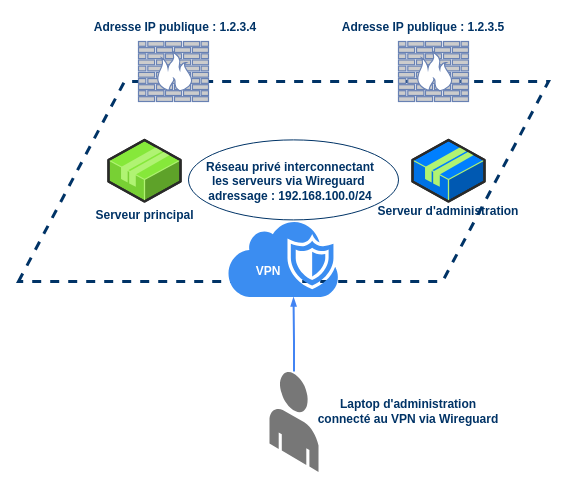
Earlier version of the draw.io diagram wireguard.drawio (cbrocas/articles). Source tidied: cells renumbered, new cells numbered last; positions are measured from the earlier drawing's top-left corner, leaving out a move shared by most shapes. Both pictures are drawn from the tidied source at 100%, with x=0, y=0 at pixel (18, 17).
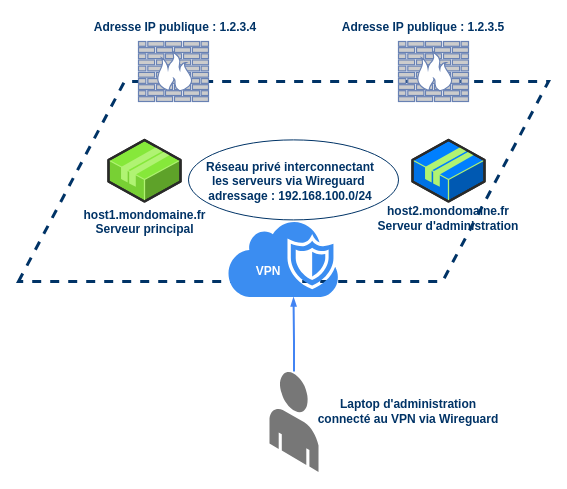
The same diagram, later.

Commit message:
assignation des noms aux machines

Change to the diagram source:
```diff
@@
 <mxGraphModel>
   <root>
     <mxCell id="0" />
     <mxCell id="1" parent="0" />
     <mxCell id="2" style="shape=parallelogram;perimeter=parallelogramPerimeter;whiteSpace=wrap;html=1;shadow=0;strokeWidth=3;dashed=1;strokeColor=#003366;" parent="1" vertex="1">
       <mxGeometry y="64" width="530" height="200" as="geometry" />
     </mxCell>
-    <mxCell id="3" value="&lt;b&gt;&lt;font color=&quot;#003366&quot;&gt;Serveur principal&lt;br&gt;&lt;/font&gt;&lt;/b&gt;" style="verticalLabelPosition=bottom;html=1;verticalAlign=top;strokeWidth=1;align=center;dashed=0;shape=mxgraph.aws3d.application2;fillColor=#86E83A;strokeColor=#B0F373;" parent="1" vertex="1">
+    <mxCell id="3" value="&lt;b&gt;&lt;font color=&quot;#003366&quot;&gt;host1.mondomaine.fr&lt;br&gt;Serveur principal&lt;br&gt;&lt;/font&gt;&lt;/b&gt;" style="verticalLabelPosition=bottom;html=1;verticalAlign=top;strokeWidth=1;align=center;dashed=0;shape=mxgraph.aws3d.application2;fillColor=#86E83A;strokeColor=#B0F373;" parent="1" vertex="1">
       <mxGeometry x="90" y="122.4" width="72" height="61.5" as="geometry" />
     </mxCell>
     <mxCell id="4" style="verticalLabelPosition=bottom;html=1;verticalAlign=top;strokeWidth=1;align=center;dashed=0;shape=mxgraph.aws3d.application2;strokeColor=#B0F373;fillColor=#007FFF;" parent="1" vertex="1">
       <mxGeometry x="394" y="122.4" width="72" height="61.5" as="geometry" />
     </mxCell>
-    <mxCell id="5" value="&lt;b&gt;&lt;font color=&quot;#003366&quot;&gt;Serveur d'administration&lt;/font&gt;&lt;/b&gt;" style="text;html=1;strokeColor=none;fillColor=none;align=center;verticalAlign=middle;whiteSpace=wrap;rounded=0;shadow=0;dashed=1;" parent="1" vertex="1">
+    <mxCell id="5" value="&lt;br&gt;&lt;b&gt;&lt;font color=&quot;#003366&quot;&gt;&lt;b&gt;&lt;font color=&quot;#003366&quot;&gt;host2.mondomaine.fr&lt;br&gt;&lt;/font&gt;&lt;/b&gt;Serveur d'administration&lt;/font&gt;&lt;/b&gt;" style="text;html=1;strokeColor=none;fillColor=none;align=center;verticalAlign=middle;whiteSpace=wrap;rounded=0;shadow=0;dashed=1;" parent="1" vertex="1">
       <mxGeometry x="330" y="184" width="200" height="20" as="geometry" />
     </mxCell>
     <mxCell id="6" value="&lt;b&gt;Adresse IP publique : 1.2.3.4&lt;/b&gt;" style="text;html=1;strokeColor=none;fillColor=none;align=center;verticalAlign=middle;whiteSpace=wrap;rounded=0;fontColor=#003366;" parent="1" vertex="1">
       <mxGeometry x="72" width="170" height="20" as="geometry" />
     </mxCell>
     <mxCell id="7" value="&lt;b&gt;Adresse IP publique : 1.2.3.5&lt;/b&gt;" style="text;html=1;strokeColor=none;fillColor=none;align=center;verticalAlign=middle;whiteSpace=wrap;rounded=0;fontColor=#003366;" parent="1" vertex="1">
       <mxGeometry x="290" width="230" height="20" as="geometry" />
     </mxCell>
     <mxCell id="8" style="fontColor=#0066CC;verticalAlign=top;verticalLabelPosition=bottom;labelPosition=center;align=center;html=1;fillColor=#CCCCCC;strokeColor=#6881B3;gradientColor=none;gradientDirection=north;strokeWidth=2;shape=mxgraph.networks.firewall;direction=east;" parent="1" vertex="1">
       <mxGeometry x="120" y="24" width="70" height="60" as="geometry" />
     </mxCell>
     <mxCell id="9" style="fontColor=#0066CC;verticalAlign=top;verticalLabelPosition=bottom;labelPosition=center;align=center;html=1;fillColor=#CCCCCC;strokeColor=#6881B3;gradientColor=none;gradientDirection=north;strokeWidth=2;shape=mxgraph.networks.firewall;" parent="1" vertex="1">
       <mxGeometry x="380" y="24" width="70" height="60" as="geometry" />
     </mxCell>
     <mxCell id="10" style="html=1;strokeColor=none;shadow=0;align=center;verticalAlign=top;fillColor=#3B8DF1;shape=mxgraph.gcp2.cloud_security;" parent="1" vertex="1">
       <mxGeometry x="210" y="202.4" width="110" height="77" as="geometry" />
     </mxCell>
     <mxCell id="11" value="&lt;font color=&quot;#FFFFFF&quot;&gt;&lt;b&gt;VPN&lt;/b&gt;&lt;/font&gt;" style="text;html=1;strokeColor=none;fillColor=none;align=center;verticalAlign=middle;whiteSpace=wrap;rounded=0;shadow=0;dashed=1;" parent="1" vertex="1">
       <mxGeometry x="150" y="244" width="200" height="20" as="geometry" />
     </mxCell>
     <mxCell id="12" style="ellipse;whiteSpace=wrap;html=1;strokeColor=#003366;fontColor=#003366;" parent="1" vertex="1">
       <mxGeometry x="170" y="122.4" width="210" height="80" as="geometry" />
     </mxCell>
     <mxCell id="13" value="&lt;font color=&quot;#003366&quot;&gt;&lt;b&gt;Réseau privé interconnectant&lt;br&gt; les serveurs via Wireguard&amp;nbsp; adressage : 192.168.100.0/24&lt;br&gt;&lt;/b&gt;&lt;/font&gt;" style="text;html=1;strokeColor=none;fillColor=none;align=center;verticalAlign=middle;whiteSpace=wrap;rounded=0;shadow=0;dashed=1;" parent="1" vertex="1">
       <mxGeometry x="172" y="154" width="200" height="20" as="geometry" />
     </mxCell>
     <mxCell id="14" style="verticalLabelPosition=bottom;html=1;verticalAlign=top;strokeWidth=1;align=center;outlineConnect=0;dashed=0;outlineConnect=0;shape=mxgraph.aws3d.end_user;strokeColor=none;fillColor=#777777;fontColor=#003366;" parent="1" vertex="1">
       <mxGeometry x="251" y="354" width="49" height="100.5" as="geometry" />
     </mxCell>
     <mxCell id="15" style="edgeStyle=orthogonalEdgeStyle;fontSize=12;html=1;endArrow=blockThin;endFill=1;rounded=0;strokeWidth=2;endSize=4;startSize=4;dashed=0;strokeColor=#4284F3;entryX=0.591;entryY=1.007;entryDx=0;entryDy=0;entryPerimeter=0;" parent="1" edge="1" source="14" target="10">
       <mxGeometry relative="1" as="geometry">
         <Array as="points">
           <mxPoint x="275" y="324" />
           <mxPoint x="275" y="324" />
         </Array>
       </mxGeometry>
     </mxCell>
     <mxCell id="16" value="&lt;b&gt;&lt;font color=&quot;#003366&quot;&gt;Laptop d'administration&lt;br&gt;connecté au VPN via Wireguard&lt;br&gt;&lt;/font&gt;&lt;/b&gt;" style="text;html=1;strokeColor=none;fillColor=none;align=center;verticalAlign=middle;whiteSpace=wrap;rounded=0;shadow=0;dashed=1;" parent="1" vertex="1">
       <mxGeometry x="290" y="384" width="200" height="20" as="geometry" />
     </mxCell>
   </root>
 </mxGraphModel>
```
